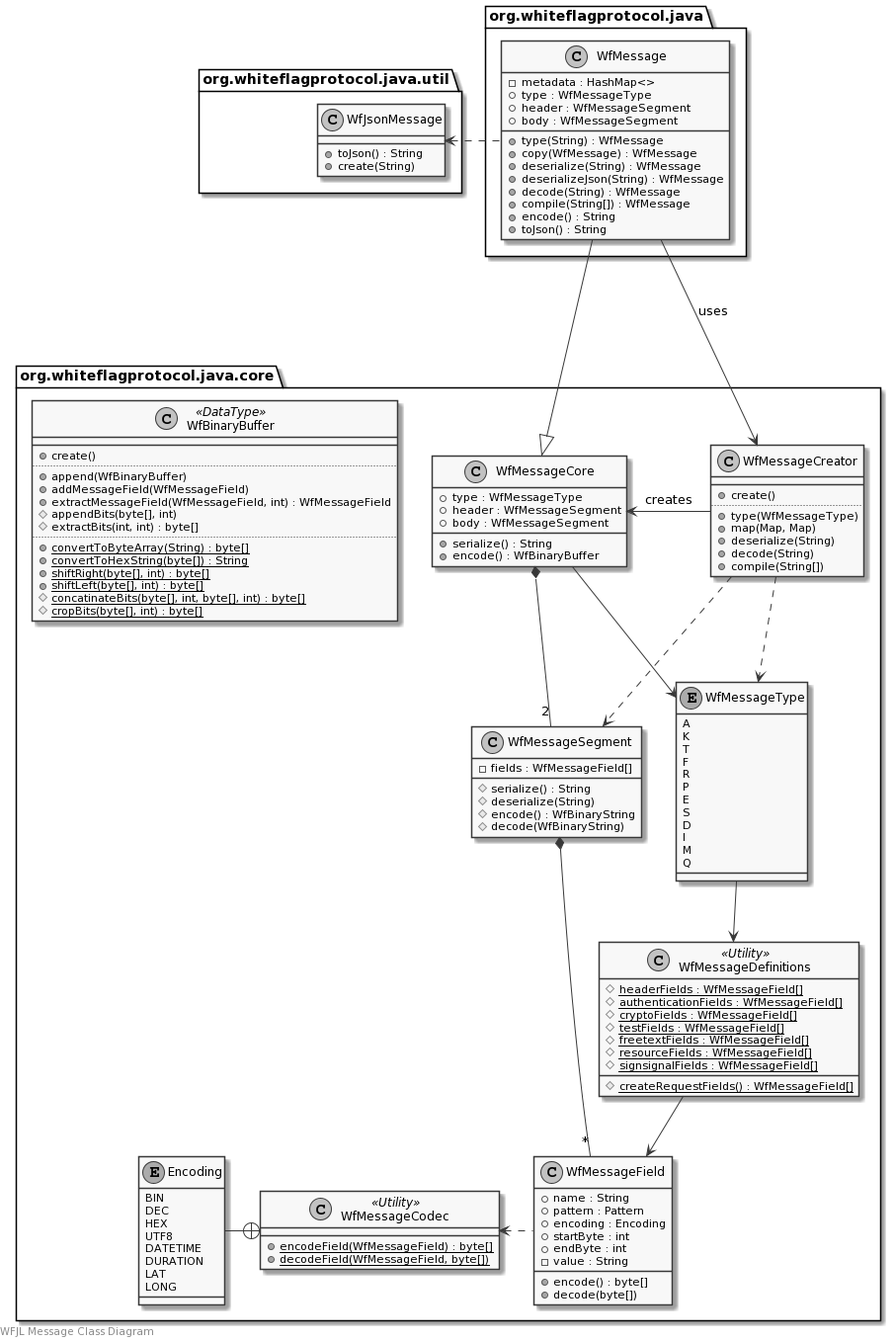
The PlantUML diagram docs/uml/messages.png in WhiteflagProtocol/whiteflag-java, before a commit.
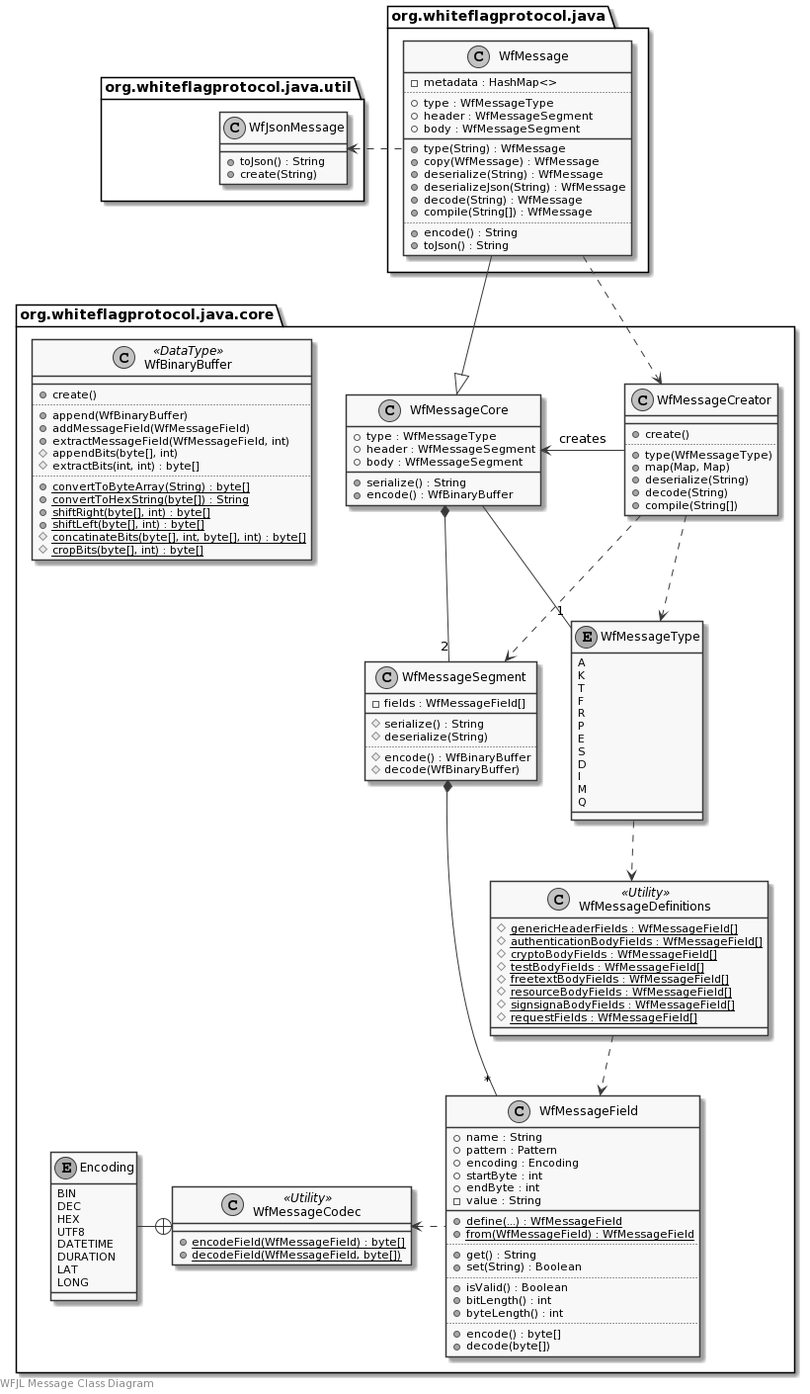
Later version of the same file.

The edit, as a diff of the source:
```diff
@@ -13,10 +13,12 @@
     }
     class WfMessageSegment {
         -fields : WfMessageField[]
+        __
         #serialize() : String
         #deserialize(String)
-        #encode() : WfBinaryString
-        #decode(WfBinaryString)
+        ..
+        #encode() : WfBinaryBuffer
+        #decode(WfBinaryBuffer)
     }
     class WfMessageField {
         +name : String
@@ -25,6 +27,17 @@
         +startByte : int
         +endByte : int
         -value : String
+        __
+        {static} +define(...) : WfMessageField
+        {static} +from(WfMessageField) : WfMessageField
+        ..
+        +get() : String
+        +set(String) : Boolean
+        ..
+        +isValid() : Boolean
+        +bitLength() : int
+        +byteLength() : int
+        ..
         +encode() : byte[]
         +decode(byte[])
     }
@@ -53,14 +66,14 @@
         Q
     }
     class WfMessageDefinitions <<Utility>> {
-        {static} #headerFields : WfMessageField[]
-        {static} #authenticationFields : WfMessageField[]
-        {static} #cryptoFields : WfMessageField[]
-        {static} #testFields : WfMessageField[]
-        {static} #freetextFields : WfMessageField[]
-        {static} #resourceFields : WfMessageField[]
-        {static} #signsignalFields : WfMessageField[]
-        {static} #createRequestFields() : WfMessageField[]
+        {static} #genericHeaderFields : WfMessageField[]
+        {static} #authenticationBodyFields : WfMessageField[]
+        {static} #cryptoBodyFields : WfMessageField[]
+        {static} #testBodyFields : WfMessageField[]
+        {static} #freetextBodyFields : WfMessageField[]
+        {static} #resourceBodyFields : WfMessageField[]
+        {static} #signsignaBodyFields : WfMessageField[]
+        {static} #requestFields : WfMessageField[]
     }
     class WfMessageCodec <<Utility>> {
         {static} +encodeField(WfMessageField) : byte[]
@@ -82,7 +95,7 @@
         ..
         +append(WfBinaryBuffer)
         +addMessageField(WfMessageField)
-        +extractMessageField(WfMessageField, int) : WfMessageField
+        +extractMessageField(WfMessageField, int)
         #appendBits(byte[], int)
         #extractBits(int, int) : byte[]
         ..
@@ -105,15 +118,18 @@
 package org.whiteflagprotocol.java {
     class WfMessage {
         -metadata : HashMap<>
+        ..
         +type : WfMessageType
         +header : WfMessageSegment
         +body : WfMessageSegment
+        __
         +type(String) : WfMessage
         +copy(WfMessage) : WfMessage
         +deserialize(String) : WfMessage
         +deserializeJson(String) : WfMessage
         +decode(String) : WfMessage
         +compile(String[]) : WfMessage
+        ..
         +encode() : String
         +toJson() : String
     }
@@ -122,9 +138,9 @@
 WfJsonMessage <. WfMessage
 
 WfMessage --|> WfMessageCore
-WfMessage ---> WfMessageCreator: uses
+WfMessage ..> WfMessageCreator
 
-WfMessageCore --> WfMessageType
+WfMessageCore -- "1" WfMessageType
 WfMessageCore *-- "2" WfMessageSegment
 WfMessageSegment *-- "*" WfMessageField
 WfMessageCodec <. WfMessageField
@@ -134,6 +150,6 @@
 WfMessageCreator ..> WfMessageType
 WfMessageCreator ..> WfMessageSegment
 
-WfMessageType --> WfMessageDefinitions
-WfMessageDefinitions --> WfMessageField
+WfMessageType ..> WfMessageDefinitions
+WfMessageDefinitions ..> WfMessageField
 @enduml
```
